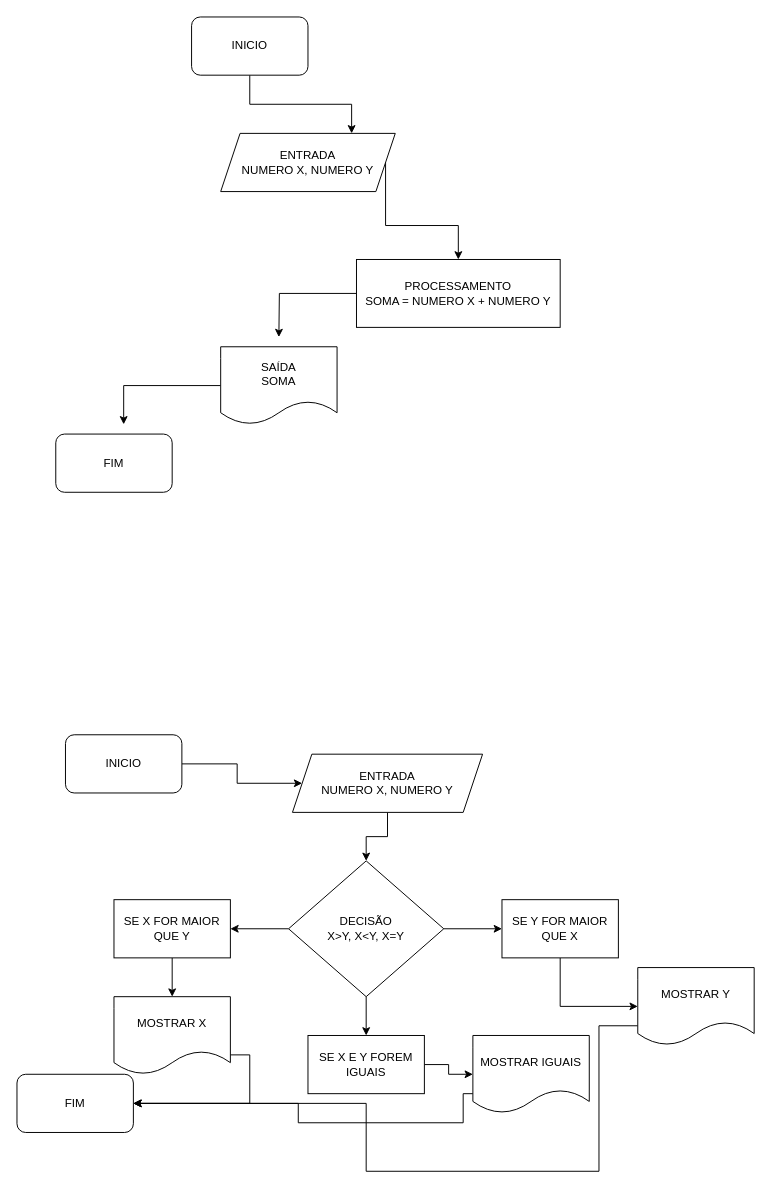
Above: Untitled Diagram.drawio in CassiodeCamargos/mdc118 (draw.io), before the change. Source tidied: cells renumbered, new cells numbered last; positions are measured from the earlier drawing's top-left corner, leaving out a move shared by most shapes. Both pictures are drawn from the tidied source at 97%, with x=0, y=0 at pixel (16, 16).
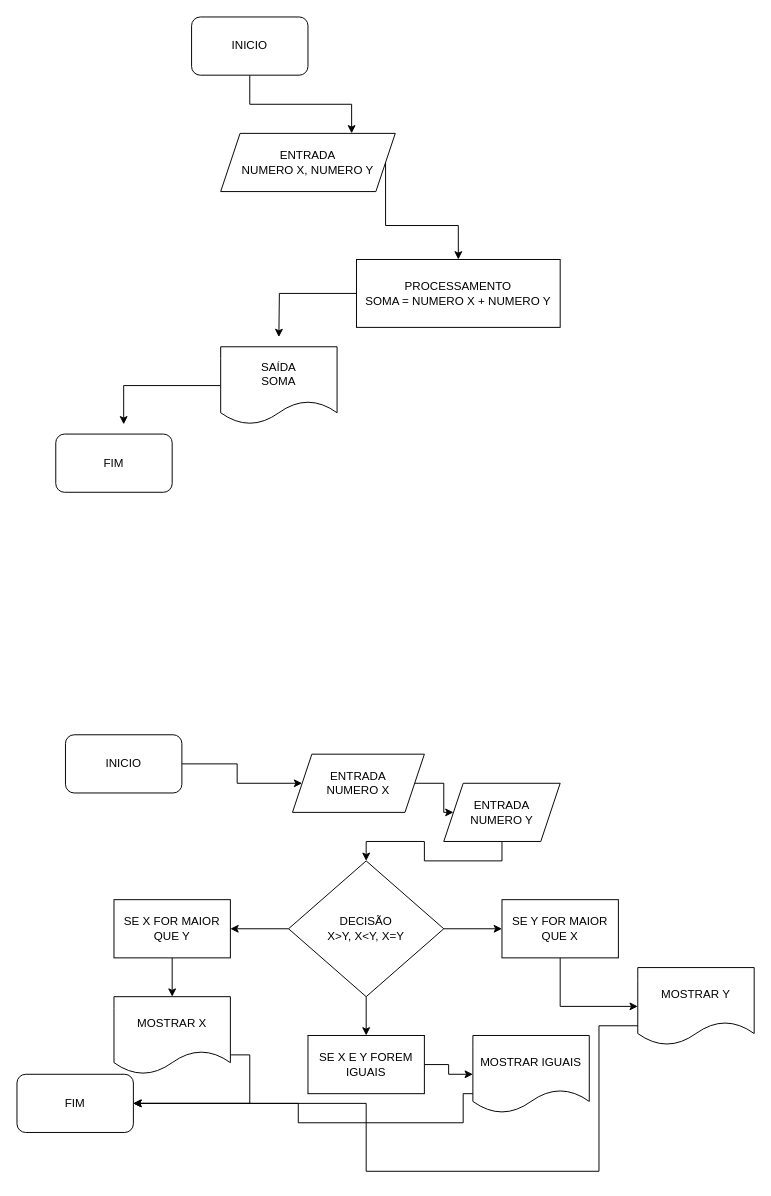
The same diagram, later.

The change refers to these unchanged cells:
```xml
<mxCell id="18" value="DECISÃO&lt;br&gt;X&amp;gt;Y, X&amp;lt;Y, X=Y" style="rhombus;whiteSpace=wrap;html=1;" parent="1" vertex="1">
  <mxGeometry x="280" y="870" width="160" height="140" as="geometry" />
</mxCell>
```

Diff of the diagram source:
```diff
@@
-    <mxCell id="13" style="edgeStyle=orthogonalEdgeStyle;rounded=0;jettySize=auto;html=1;exitX=0.5;exitY=1;exitDx=0;exitDy=0;entryX=0.5;entryY=0;entryDx=0;entryDy=0;" parent="1" edge="1" source="14" target="18">
-      <mxGeometry relative="1" as="geometry" />
-    </mxCell>
+    <mxCell id="32" style="edgeStyle=orthogonalEdgeStyle;rounded=0;jettySize=auto;html=1;exitX=1;exitY=0.5;exitDx=0;exitDy=0;entryX=0;entryY=0.5;entryDx=0;entryDy=0;" parent="1" edge="1" source="14" target="34">
+      <mxGeometry relative="1" as="geometry" />
+    </mxCell>
-    <mxCell id="14" value="ENTRADA&lt;br&gt;NUMERO X, NUMERO Y" style="shape=parallelogram;perimeter=parallelogramPerimeter;whiteSpace=wrap;html=1;fixedSize=1;" parent="1" vertex="1">
-      <mxGeometry x="284" y="760" width="196" height="60" as="geometry" />
+    <mxCell id="14" value="ENTRADA&lt;br&gt;NUMERO X" style="shape=parallelogram;perimeter=parallelogramPerimeter;whiteSpace=wrap;html=1;fixedSize=1;" parent="1" vertex="1">
+      <mxGeometry x="284" y="760" width="136" height="60" as="geometry" />
     </mxCell>
@@
+    <mxCell id="33" style="edgeStyle=orthogonalEdgeStyle;rounded=0;jettySize=auto;html=1;exitX=0.5;exitY=1;exitDx=0;exitDy=0;entryX=0.5;entryY=0;entryDx=0;entryDy=0;" parent="1" edge="1" source="34" target="18">
+      <mxGeometry relative="1" as="geometry" />
+    </mxCell>
+    <mxCell id="34" value="ENTRADA&lt;br&gt;NUMERO Y" style="shape=parallelogram;perimeter=parallelogramPerimeter;whiteSpace=wrap;html=1;fixedSize=1;" parent="1" vertex="1">
+      <mxGeometry x="440" y="790" width="120" height="60" as="geometry" />
+    </mxCell>
```
